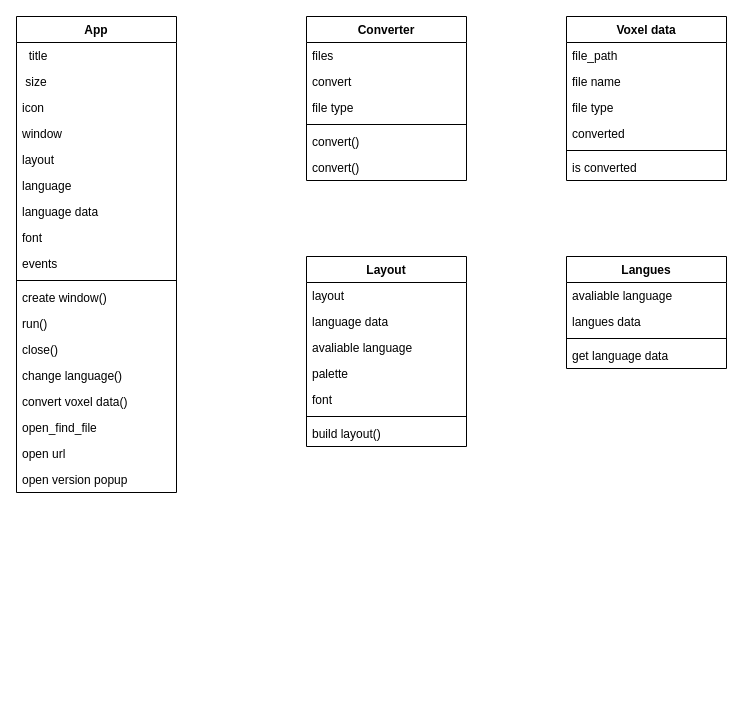
Before: diagrama de class.drawio in NunoLima10/Mini-World-Auto-Builder, a draw.io diagram. Source tidied: cells renumbered, new cells numbered last; positions are measured from the earlier drawing's top-left corner, leaving out a move shared by most shapes. Both pictures are drawn from the tidied source at 100%, with x=0, y=0 at pixel (16, 16).
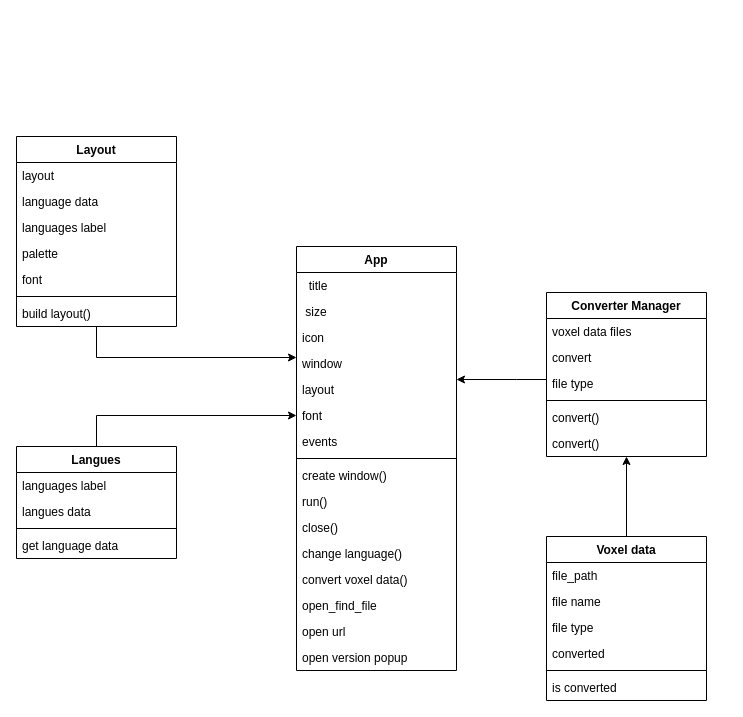
After the change.

The change refers to these unchanged cells:
```xml
<mxCell id="7" value="layout&#10;" style="text;strokeColor=none;fillColor=none;align=left;verticalAlign=top;spacingLeft=4;spacingRight=4;overflow=hidden;points=[[0,0.5],[1,0.5]];portConstraint=eastwest;" parent="2" vertex="1">
  <mxGeometry y="130" width="160" height="26" as="geometry" />
</mxCell>
<mxCell id="31" value="file type" style="text;strokeColor=none;fillColor=none;align=left;verticalAlign=top;spacingLeft=4;spacingRight=4;overflow=hidden;points=[[0,0.5],[1,0.5]];portConstraint=eastwest;" parent="28" vertex="1">
  <mxGeometry y="78" width="160" height="26" as="geometry" />
</mxCell>
<mxCell id="34" value="convert()" style="text;strokeColor=none;fillColor=none;align=left;verticalAlign=top;spacingLeft=4;spacingRight=4;overflow=hidden;points=[[0,0.5],[1,0.5]];portConstraint=eastwest;" parent="28" vertex="1">
  <mxGeometry y="138" width="160" height="26" as="geometry" />
</mxCell>
<mxCell id="42" value="build layout()" style="text;strokeColor=none;fillColor=none;align=left;verticalAlign=top;spacingLeft=4;spacingRight=4;overflow=hidden;points=[[0,0.5],[1,0.5]];portConstraint=eastwest;" parent="35" vertex="1">
  <mxGeometry y="164" width="160" height="26" as="geometry" />
</mxCell>
```

Diff of the diagram source:
```diff
@@
     <mxCell id="2" value="App" style="swimlane;fontStyle=1;align=center;verticalAlign=top;horizontal=1;startSize=26;" parent="1" vertex="1">
-      <mxGeometry width="160" height="476" as="geometry" />
+      <mxGeometry x="280" y="230" width="160" height="424" as="geometry" />
     </mxCell>
@@
-    <mxCell id="8" value="language" style="text;strokeColor=none;fillColor=none;align=left;verticalAlign=top;spacingLeft=4;spacingRight=4;overflow=hidden;" parent="2" vertex="1">
-      <mxGeometry y="156" width="160" height="26" as="geometry" />
-    </mxCell>
-    <mxCell id="9" value="language data" style="text;strokeColor=none;fillColor=none;align=left;verticalAlign=top;spacingLeft=4;spacingRight=4;overflow=hidden;" parent="2" vertex="1">
-      <mxGeometry y="182" width="160" height="26" as="geometry" />
-    </mxCell>
     <mxCell id="10" value="font" style="text;strokeColor=none;fillColor=none;align=left;verticalAlign=top;spacingLeft=4;spacingRight=4;overflow=hidden;points=[[0,0.5],[1,0.5]];portConstraint=eastwest;" parent="2" vertex="1">
-      <mxGeometry y="208" width="160" height="26" as="geometry" />
+      <mxGeometry y="156" width="160" height="26" as="geometry" />
     </mxCell>
     <mxCell id="11" value="events" style="text;strokeColor=none;fillColor=none;align=left;verticalAlign=top;spacingLeft=4;spacingRight=4;overflow=hidden;" parent="2" vertex="1">
-      <mxGeometry y="234" width="160" height="26" as="geometry" />
+      <mxGeometry y="182" width="160" height="26" as="geometry" />
     </mxCell>
     <mxCell id="12" style="line;strokeWidth=1;fillColor=none;align=left;verticalAlign=middle;spacingTop=-1;spacingLeft=3;spacingRight=3;labelPosition=right;" parent="2" vertex="1">
-      <mxGeometry y="260" width="160" height="8" as="geometry" />
+      <mxGeometry y="208" width="160" height="8" as="geometry" />
     </mxCell>
     <mxCell id="13" value="create window()" style="text;strokeColor=none;fillColor=none;align=left;verticalAlign=top;spacingLeft=4;spacingRight=4;overflow=hidden;" parent="2" vertex="1">
-      <mxGeometry y="268" width="160" height="26" as="geometry" />
+      <mxGeometry y="216" width="160" height="26" as="geometry" />
     </mxCell>
     <mxCell id="14" value="run()&#10;" style="text;strokeColor=none;fillColor=none;align=left;verticalAlign=top;spacingLeft=4;spacingRight=4;overflow=hidden;" parent="2" vertex="1">
-      <mxGeometry y="294" width="160" height="26" as="geometry" />
+      <mxGeometry y="242" width="160" height="26" as="geometry" />
     </mxCell>
     <mxCell id="15" value="close()" style="text;strokeColor=none;fillColor=none;align=left;verticalAlign=top;spacingLeft=4;spacingRight=4;overflow=hidden;" parent="2" vertex="1">
-      <mxGeometry y="320" width="160" height="26" as="geometry" />
+      <mxGeometry y="268" width="160" height="26" as="geometry" />
     </mxCell>
     <mxCell id="16" value="change language()" style="text;strokeColor=none;fillColor=none;align=left;verticalAlign=top;spacingLeft=4;spacingRight=4;overflow=hidden;" parent="2" vertex="1">
-      <mxGeometry y="346" width="160" height="26" as="geometry" />
+      <mxGeometry y="294" width="160" height="26" as="geometry" />
     </mxCell>
     <mxCell id="17" value="convert voxel data()&#10;" style="text;strokeColor=none;fillColor=none;align=left;verticalAlign=top;spacingLeft=4;spacingRight=4;overflow=hidden;" parent="2" vertex="1">
-      <mxGeometry y="372" width="160" height="26" as="geometry" />
+      <mxGeometry y="320" width="160" height="26" as="geometry" />
     </mxCell>
     <mxCell id="18" value="open_find_file" style="text;strokeColor=none;fillColor=none;align=left;verticalAlign=top;spacingLeft=4;spacingRight=4;overflow=hidden;" parent="2" vertex="1">
-      <mxGeometry y="398" width="160" height="26" as="geometry" />
+      <mxGeometry y="346" width="160" height="26" as="geometry" />
     </mxCell>
     <mxCell id="19" value="open url" style="text;strokeColor=none;fillColor=none;align=left;verticalAlign=top;spacingLeft=4;spacingRight=4;overflow=hidden;" parent="2" vertex="1">
-      <mxGeometry y="424" width="160" height="26" as="geometry" />
+      <mxGeometry y="372" width="160" height="26" as="geometry" />
     </mxCell>
     <mxCell id="20" value="open version popup" style="text;strokeColor=none;fillColor=none;align=left;verticalAlign=top;spacingLeft=4;spacingRight=4;overflow=hidden;" parent="2" vertex="1">
-      <mxGeometry y="450" width="160" height="26" as="geometry" />
+      <mxGeometry y="398" width="160" height="26" as="geometry" />
     </mxCell>
     <mxCell id="21" value="Voxel data" style="swimlane;fontStyle=1;align=center;verticalAlign=top;horizontal=1;startSize=26;" parent="1" vertex="1">
-      <mxGeometry x="550" width="160" height="164" as="geometry" />
+      <mxGeometry x="530" y="520" width="160" height="164" as="geometry" />
     </mxCell>
@@
-    <mxCell id="28" value="Converter" style="swimlane;fontStyle=1;align=center;verticalAlign=top;horizontal=1;startSize=26;" parent="1" vertex="1">
-      <mxGeometry x="290" width="160" height="164" as="geometry" />
+    <mxCell id="28" value="Converter Manager" style="swimlane;fontStyle=1;align=center;verticalAlign=top;horizontal=1;startSize=26;" parent="1" vertex="1">
+      <mxGeometry x="530" y="276" width="160" height="164" as="geometry" />
     </mxCell>
-    <mxCell id="29" value="files" style="text;strokeColor=none;fillColor=none;align=left;verticalAlign=top;spacingLeft=4;spacingRight=4;overflow=hidden;" parent="28" vertex="1">
+    <mxCell id="29" value="voxel data files" style="text;strokeColor=none;fillColor=none;align=left;verticalAlign=top;spacingLeft=4;spacingRight=4;overflow=hidden;" parent="28" vertex="1">
       <mxGeometry y="26" width="160" height="26" as="geometry" />
     </mxCell>
@@
     <mxCell id="35" value="Layout" style="swimlane;fontStyle=1;align=center;verticalAlign=top;horizontal=1;startSize=26;" parent="1" vertex="1">
-      <mxGeometry x="290" y="240" width="160" height="190" as="geometry" />
+      <mxGeometry y="120" width="160" height="190" as="geometry" />
     </mxCell>
@@
-    <mxCell id="38" value="avaliable language" style="text;strokeColor=none;fillColor=none;align=left;verticalAlign=top;spacingLeft=4;spacingRight=4;overflow=hidden;" parent="35" vertex="1">
-      <mxGeometry y="78" width="160" height="26" as="geometry" />
-    </mxCell>
+    <mxCell id="48" value="languages label" style="text;strokeColor=none;fillColor=none;align=left;verticalAlign=top;spacingLeft=4;spacingRight=4;overflow=hidden;" parent="35" vertex="1">
+      <mxGeometry y="78" width="160" height="26" as="geometry" />
+    </mxCell>
@@
+    <mxCell id="49" style="edgeStyle=orthogonalEdgeStyle;rounded=0;jettySize=auto;html=1;entryX=0;entryY=0.5;entryDx=0;entryDy=0;" parent="1" edge="1" source="43" target="10">
+      <mxGeometry relative="1" as="geometry" />
+    </mxCell>
     <mxCell id="43" value="Langues" style="swimlane;fontStyle=1;align=center;verticalAlign=top;horizontal=1;startSize=26;" parent="1" vertex="1">
-      <mxGeometry x="550" y="240" width="160" height="112" as="geometry" />
+      <mxGeometry y="430" width="160" height="112" as="geometry" />
     </mxCell>
-    <mxCell id="44" value="avaliable language" style="text;strokeColor=none;fillColor=none;align=left;verticalAlign=top;spacingLeft=4;spacingRight=4;overflow=hidden;" parent="43" vertex="1">
+    <mxCell id="44" value="languages label" style="text;strokeColor=none;fillColor=none;align=left;verticalAlign=top;spacingLeft=4;spacingRight=4;overflow=hidden;" parent="43" vertex="1">
       <mxGeometry y="26" width="160" height="26" as="geometry" />
     </mxCell>
@@
+    <mxCell id="50" style="endArrow=classic;html=1;rounded=0;exitX=0.5;exitY=1;exitDx=0;exitDy=0;exitPerimeter=0;" parent="1" edge="1" source="42">
+      <mxGeometry relative="1" as="geometry">
+        <mxPoint x="280" y="341" as="targetPoint" />
+        <Array as="points">
+          <mxPoint x="80" y="341" />
+        </Array>
+      </mxGeometry>
+    </mxCell>
+    <mxCell id="51" style="edgeStyle=orthogonalEdgeStyle;rounded=0;jettySize=auto;html=1;" parent="1" edge="1" source="31" target="7">
+      <mxGeometry relative="1" as="geometry">
+        <Array as="points">
+          <mxPoint x="500" y="363" />
+          <mxPoint x="500" y="363" />
+        </Array>
+      </mxGeometry>
+    </mxCell>
+    <mxCell id="52" style="endArrow=classic;html=1;rounded=0;exitX=0.5;exitY=0;exitDx=0;exitDy=0;" parent="1" edge="1" source="21" target="34">
+      <mxGeometry relative="1" as="geometry" />
+    </mxCell>
```
